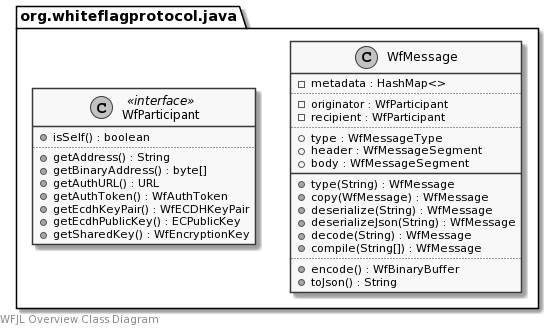
WhiteflagProtocol/whiteflag-java keeps this PlantUML diagram as docs/uml/overview.png. Above is the earlier version.
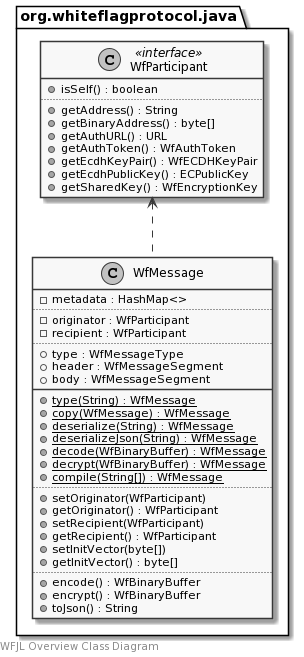
After the change.

What changed in the source:
```diff
@@ -14,14 +14,23 @@
         +header : WfMessageSegment
         +body : WfMessageSegment
         __
-        +type(String) : WfMessage
-        +copy(WfMessage) : WfMessage
-        +deserialize(String) : WfMessage
-        +deserializeJson(String) : WfMessage
-        +decode(String) : WfMessage
-        +compile(String[]) : WfMessage
+        {static} +type(String) : WfMessage
+        {static} +copy(WfMessage) : WfMessage
+        {static} +deserialize(String) : WfMessage
+        {static} +deserializeJson(String) : WfMessage
+        {static} +decode(WfBinaryBuffer) : WfMessage
+        {static} +decrypt(WfBinaryBuffer) : WfMessage
+        {static} +compile(String[]) : WfMessage
+        ..
+        +setOriginator(WfParticipant)
+        +getOriginator() : WfParticipant
+        +setRecipient(WfParticipant)
+        +getRecipient() : WfParticipant
+        +setInitVector(byte[])
+        +getInitVector() : byte[]
         ..
         +encode() : WfBinaryBuffer
+        +encrypt() : WfBinaryBuffer
         +toJson() : String
     }
 
@@ -37,4 +46,6 @@
         +getSharedKey() : WfEncryptionKey
     }
 }
+
+WfParticipant <.. WfMessage
 @enduml
```
